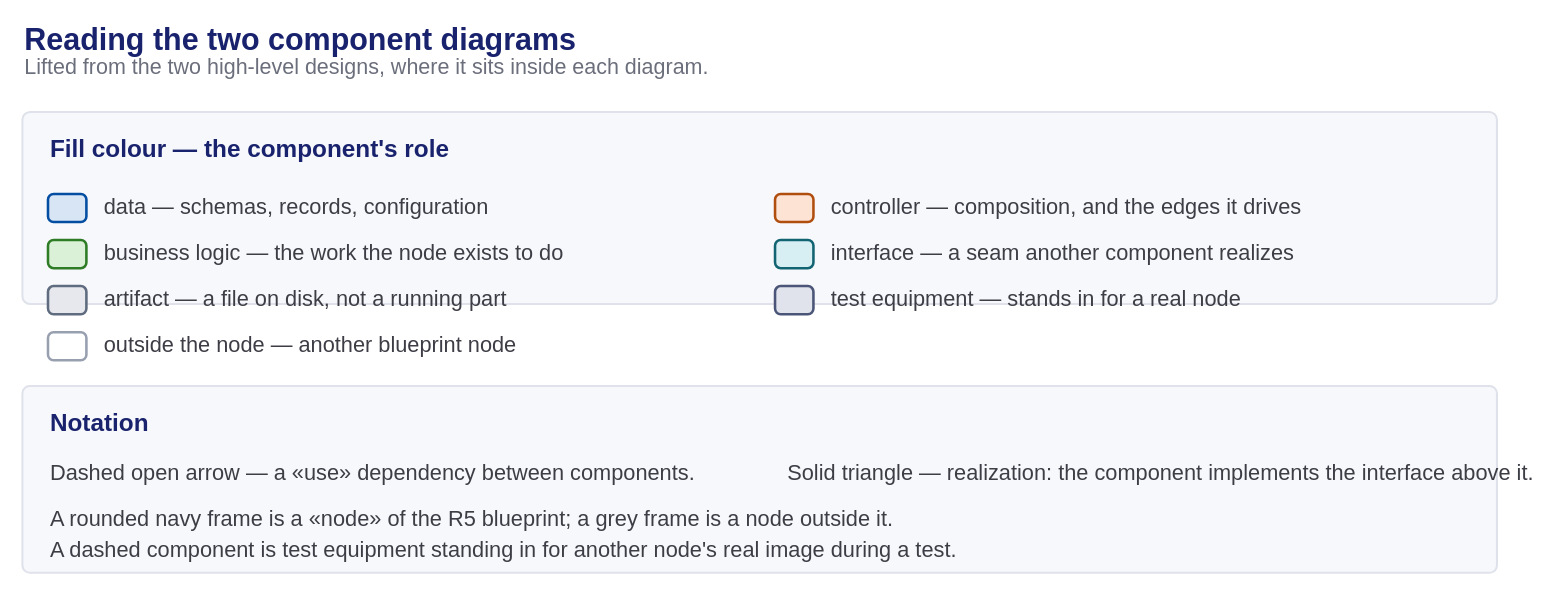
mnpham2101/FPT-Hackathon2026 keeps this draw.io diagram as presentation/assets/phase1-des-arch-legend.drawio. Above is the earlier version. Source tidied: cells renumbered, new cells numbered last; positions are measured from the earlier drawing's top-left corner, leaving out a move shared by most shapes. Both pictures are drawn from the tidied source at 128%, with x=0, y=0 at pixel (22, 27).
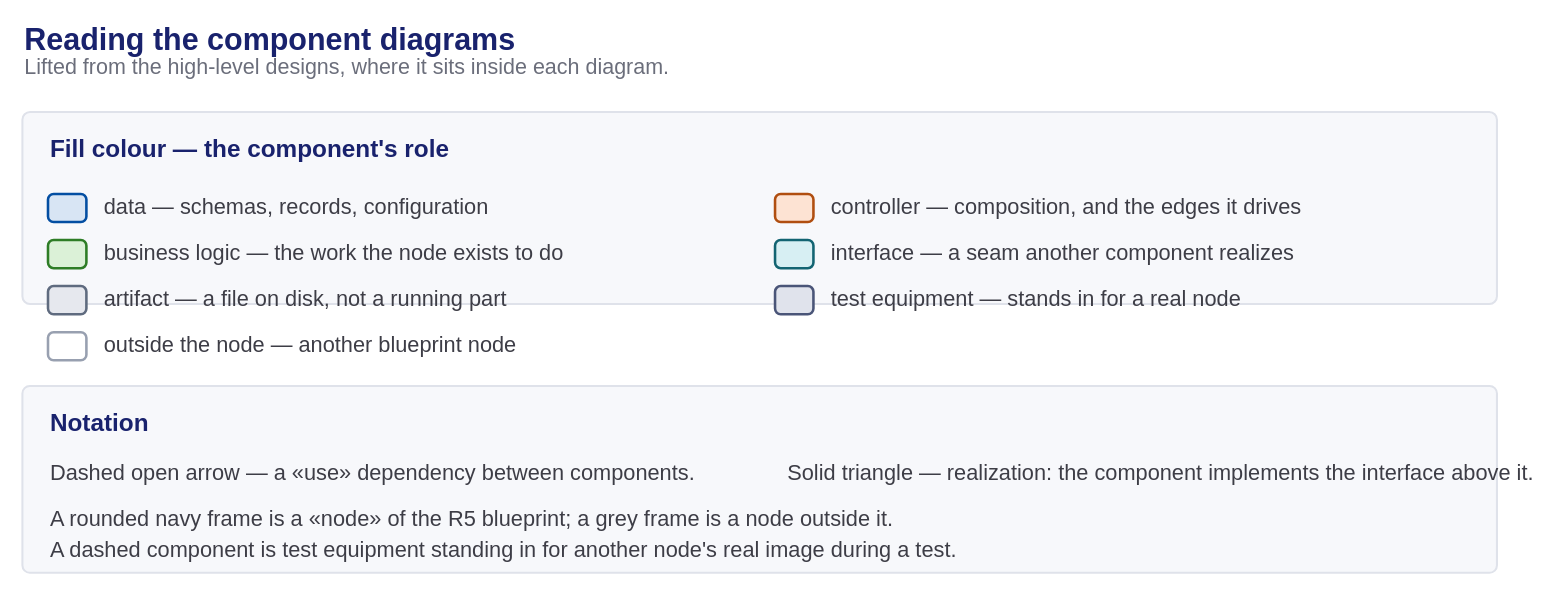
The same diagram, later.

Commit message (it also covers changes not shown here):
docs: correct the legend asset wording and its swatch count

Change to the diagram source:
```diff
@@
-    <mxCell id="2" value="Reading the two component diagrams" style="text;html=1;align=left;verticalAlign=middle;fontSize=23.8;fontColor=#19226D;fontStyle=1;" parent="1" vertex="1">
+    <mxCell id="2" value="Reading the component diagrams" style="text;html=1;align=left;verticalAlign=middle;fontSize=23.8;fontColor=#19226D;fontStyle=1;" parent="1" vertex="1">
       <mxGeometry width="1152" height="20" as="geometry" />
     </mxCell>
-    <mxCell id="3" value="Lifted from the two high-level designs, where it sits inside each diagram." style="text;html=1;align=left;verticalAlign=middle;fontSize=16.8;fontColor=#6b6e7b;fontStyle=0;" parent="1" vertex="1">
+    <mxCell id="3" value="Lifted from the high-level designs, where it sits inside each diagram." style="text;html=1;align=left;verticalAlign=middle;fontSize=16.8;fontColor=#6b6e7b;fontStyle=0;" parent="1" vertex="1">
       <mxGeometry y="22" width="1152" height="20" as="geometry" />
     </mxCell>
```
